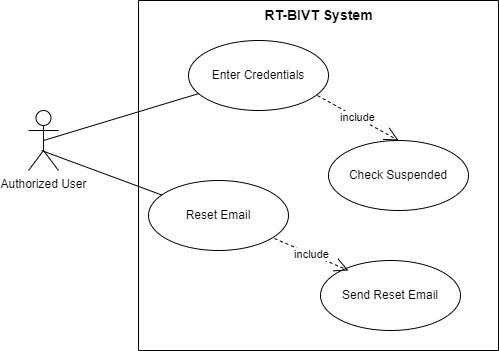
Earlier version of the draw.io export Project Real-Time Bus ID Verification and Tracking/DOCUMENTATION/UseCaseDiagrams/SignIn.drawio.png (Abubakar-doc/FYP-24-SE-A-204). Source tidied: cells renumbered, new cells last; positions are measured from the earlier drawing's top-left corner, leaving out a move shared by most shapes.
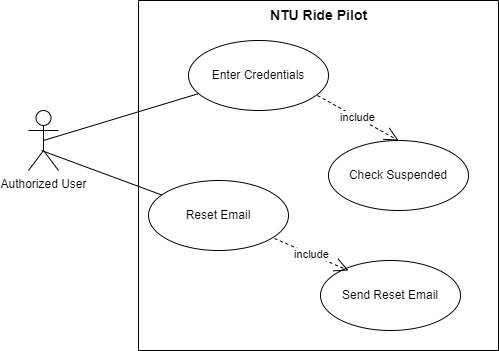
Above is the later version.

The edit, as a diff of the source:
```diff
@@ -17,8 +17,8 @@
     <mxCell id="6" value="Send Reset Email" style="ellipse;whiteSpace=wrap;html=1;fillColor=none;" parent="2" vertex="1">
       <mxGeometry x="182" y="260" width="140" height="70" as="geometry" />
     </mxCell>
-    <mxCell id="7" value="RT-BIVT System" style="text;html=1;align=center;verticalAlign=middle;strokeColor=none;fillColor=none;fontSize=14;fontStyle=1;" parent="2" vertex="1">
-      <mxGeometry x="115" width="130" height="30" as="geometry" />
+    <mxCell id="7" value="NTU Ride Pilot" style="text;html=1;align=center;verticalAlign=middle;strokeColor=none;fillColor=none;fontSize=14;fontStyle=1;" parent="2" vertex="1">
+      <mxGeometry x="120" width="120" height="30" as="geometry" />
     </mxCell>
     <mxCell id="8" value="include" style="endArrow=open;endSize=12;dashed=1;html=1;rounded=0;exitX=0.921;exitY=0.786;exitDx=0;exitDy=0;exitPerimeter=0;entryX=0.5;entryY=0;entryDx=0;entryDy=0;" parent="2" edge="1" source="4" target="5">
       <mxGeometry relative="1" as="geometry" />
```
